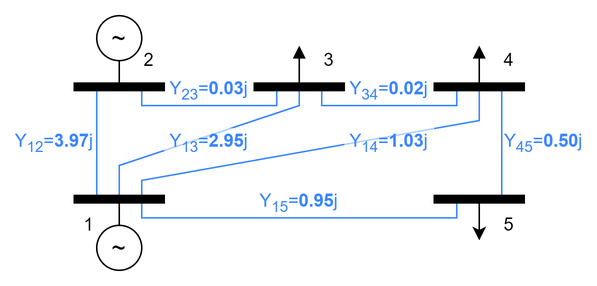
Above: documentation/figures/5-bus_test_system.png in DominikVereno/quantum-classical-co-simulation-proof-of-concept (draw.io), before the change. Source tidied: cells renumbered, new cells last; positions are measured from the earlier drawing's top-left corner, leaving out a move shared by most shapes.
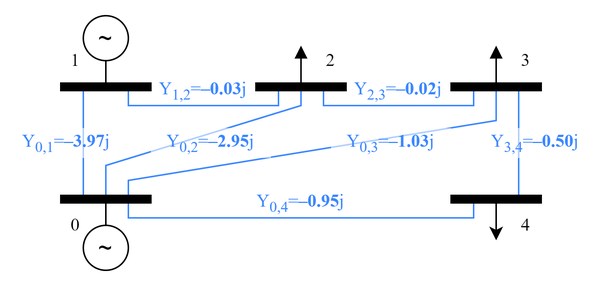
After the commit.

Change to the diagram source:
```diff
@@ -6,7 +6,7 @@
       <mxGeometry relative="1" as="geometry">
         <Array as="points">
           <mxPoint x="70" y="60" />
-          <mxPoint x="160" y="60" />
+          <mxPoint x="170" y="60" />
         </Array>
       </mxGeometry>
     </mxCell>
@@ -18,7 +18,7 @@
     <mxCell id="4" style="rounded=0;jettySize=auto;html=1;exitX=0.5;exitY=1;exitDx=0;exitDy=0;entryX=0.5;entryY=0;entryDx=0;entryDy=0;startArrow=none;startFill=0;endArrow=none;endFill=0;strokeColor=#3A86FF;" parent="1" edge="1" source="17" target="18">
       <mxGeometry relative="1" as="geometry">
         <Array as="points">
-          <mxPoint x="175" y="60" />
+          <mxPoint x="185" y="60" />
           <mxPoint x="55" y="100" />
         </Array>
       </mxGeometry>
@@ -35,32 +35,32 @@
     </mxCell>
     <mxCell id="7" style="edgeStyle=none;rounded=0;orthogonalLoop=1;jettySize=auto;html=1;exitX=0.5;exitY=0;exitDx=0;exitDy=0;startArrow=none;startFill=0;endArrow=block;endFill=1;" parent="1" edge="1">
       <mxGeometry relative="1" as="geometry">
-        <mxPoint x="175" y="45" as="sourcePoint" />
-        <mxPoint x="175" y="20" as="targetPoint" />
+        <mxPoint x="185" y="45" as="sourcePoint" />
+        <mxPoint x="185" y="20" as="targetPoint" />
       </mxGeometry>
     </mxCell>
     <mxCell id="8" style="edgeStyle=none;rounded=0;jettySize=auto;html=1;exitX=0.75;exitY=1;exitDx=0;exitDy=0;entryX=0.25;entryY=1;entryDx=0;entryDy=0;startArrow=none;startFill=0;endArrow=none;endFill=0;strokeColor=#3A86FF;" parent="1" edge="1" target="19">
       <mxGeometry relative="1" as="geometry">
-        <mxPoint x="190" y="50" as="sourcePoint" />
+        <mxPoint x="200" y="50" as="sourcePoint" />
         <Array as="points">
-          <mxPoint x="190" y="60" />
-          <mxPoint x="280" y="60" />
+          <mxPoint x="200" y="60" />
+          <mxPoint x="300" y="60" />
         </Array>
       </mxGeometry>
     </mxCell>
     <mxCell id="9" style="rounded=0;jettySize=auto;html=1;exitX=0.5;exitY=1;exitDx=0;exitDy=0;entryX=0.75;entryY=0;entryDx=0;entryDy=0;startArrow=none;startFill=0;endArrow=none;endFill=0;strokeColor=#3A86FF;" parent="1" edge="1" source="19" target="18">
       <mxGeometry relative="1" as="geometry">
         <Array as="points">
-          <mxPoint x="295" y="70" />
+          <mxPoint x="315" y="70" />
           <mxPoint x="70" y="110" />
         </Array>
       </mxGeometry>
     </mxCell>
     <mxCell id="10" style="edgeStyle=none;rounded=0;jettySize=auto;html=1;exitX=0.25;exitY=1;exitDx=0;exitDy=0;entryX=0.75;entryY=0;entryDx=0;entryDy=0;startArrow=none;startFill=0;endArrow=none;endFill=0;strokeColor=#3A86FF;" parent="1" edge="1" target="20">
       <mxGeometry relative="1" as="geometry">
-        <mxPoint x="310" y="50" as="sourcePoint" />
+        <mxPoint x="330" y="50" as="sourcePoint" />
         <Array as="points">
-          <mxPoint x="310" y="60" />
+          <mxPoint x="330" y="60" />
         </Array>
       </mxGeometry>
     </mxCell>
@@ -68,20 +68,20 @@
       <mxGeometry relative="1" as="geometry">
         <Array as="points">
           <mxPoint x="70" y="135" />
-          <mxPoint x="280" y="135" />
+          <mxPoint x="300" y="135" />
         </Array>
       </mxGeometry>
     </mxCell>
     <mxCell id="12" style="edgeStyle=none;rounded=0;orthogonalLoop=1;jettySize=auto;html=1;exitX=0.5;exitY=0;exitDx=0;exitDy=0;startArrow=none;startFill=0;endArrow=block;endFill=1;" parent="1" edge="1">
       <mxGeometry relative="1" as="geometry">
-        <mxPoint x="295" y="45" as="sourcePoint" />
-        <mxPoint x="295" y="20" as="targetPoint" />
+        <mxPoint x="315" y="45" as="sourcePoint" />
+        <mxPoint x="315" y="20" as="targetPoint" />
       </mxGeometry>
     </mxCell>
     <mxCell id="13" style="edgeStyle=none;rounded=0;orthogonalLoop=1;jettySize=auto;html=1;exitX=0.5;exitY=0;exitDx=0;exitDy=0;startArrow=classic;startFill=1;endArrow=none;endFill=0;" parent="1" edge="1">
       <mxGeometry relative="1" as="geometry">
-        <mxPoint x="295" y="150" as="sourcePoint" />
-        <mxPoint x="295" y="125" as="targetPoint" />
+        <mxPoint x="315" y="150" as="sourcePoint" />
+        <mxPoint x="315" y="125" as="targetPoint" />
       </mxGeometry>
     </mxCell>
     <mxCell id="14" value="&lt;font style=&quot;font-size: 16px;&quot;&gt;~&lt;/font&gt;" style="ellipse;whiteSpace=wrap;html=1;" parent="1" vertex="1">
@@ -97,52 +97,52 @@
       <mxGeometry x="25" y="45" width="60" height="5" as="geometry" />
     </mxCell>
     <mxCell id="17" style="rounded=0;whiteSpace=wrap;html=1;fillColor=#000000;" parent="1" vertex="1">
-      <mxGeometry x="145" y="45" width="60" height="5" as="geometry" />
+      <mxGeometry x="155" y="45" width="60" height="5" as="geometry" />
     </mxCell>
     <mxCell id="18" style="rounded=0;whiteSpace=wrap;html=1;fillColor=#000000;" parent="1" vertex="1">
       <mxGeometry x="25" y="120" width="60" height="5" as="geometry" />
     </mxCell>
     <mxCell id="19" style="rounded=0;whiteSpace=wrap;html=1;fillColor=#000000;" parent="1" vertex="1">
-      <mxGeometry x="265" y="45" width="60" height="5" as="geometry" />
+      <mxGeometry x="285" y="45" width="60" height="5" as="geometry" />
     </mxCell>
     <mxCell id="20" style="rounded=0;whiteSpace=wrap;html=1;fillColor=#000000;" parent="1" vertex="1">
-      <mxGeometry x="265" y="120" width="60" height="5" as="geometry" />
+      <mxGeometry x="285" y="120" width="60" height="5" as="geometry" />
     </mxCell>
-    <mxCell id="21" value="2" style="text;html=1;strokeColor=none;fillColor=none;align=center;verticalAlign=middle;whiteSpace=wrap;rounded=0;" parent="1" vertex="1">
-      <mxGeometry x="65" y="20" width="20" height="20" as="geometry" />
+    <mxCell id="21" value="1" style="text;html=1;strokeColor=none;fillColor=none;align=center;verticalAlign=middle;whiteSpace=wrap;rounded=0;fontFamily=Times New Roman;" parent="1" vertex="1">
+      <mxGeometry x="25" y="20" width="20" height="20" as="geometry" />
     </mxCell>
-    <mxCell id="22" value="3" style="text;html=1;strokeColor=none;fillColor=none;align=center;verticalAlign=middle;whiteSpace=wrap;rounded=0;" parent="1" vertex="1">
-      <mxGeometry x="185" y="20" width="20" height="20" as="geometry" />
+    <mxCell id="22" value="2" style="text;html=1;strokeColor=none;fillColor=none;align=center;verticalAlign=middle;whiteSpace=wrap;rounded=0;fontFamily=Times New Roman;" parent="1" vertex="1">
+      <mxGeometry x="195" y="20" width="20" height="20" as="geometry" />
     </mxCell>
-    <mxCell id="23" value="4" style="text;html=1;strokeColor=none;fillColor=none;align=center;verticalAlign=middle;whiteSpace=wrap;rounded=0;" parent="1" vertex="1">
-      <mxGeometry x="305" y="20" width="20" height="20" as="geometry" />
+    <mxCell id="23" value="3" style="text;html=1;strokeColor=none;fillColor=none;align=center;verticalAlign=middle;whiteSpace=wrap;rounded=0;fontFamily=Times New Roman;" parent="1" vertex="1">
+      <mxGeometry x="325" y="20" width="20" height="20" as="geometry" />
     </mxCell>
-    <mxCell id="24" value="1" style="text;html=1;strokeColor=none;fillColor=none;align=center;verticalAlign=middle;whiteSpace=wrap;rounded=0;" parent="1" vertex="1">
+    <mxCell id="24" value="0" style="text;html=1;strokeColor=none;fillColor=none;align=center;verticalAlign=middle;whiteSpace=wrap;rounded=0;fontFamily=Times New Roman;" parent="1" vertex="1">
       <mxGeometry x="25" y="130" width="20" height="20" as="geometry" />
     </mxCell>
-    <mxCell id="25" value="5" style="text;html=1;strokeColor=none;fillColor=none;align=center;verticalAlign=middle;whiteSpace=wrap;rounded=0;" parent="1" vertex="1">
-      <mxGeometry x="305" y="130" width="20" height="20" as="geometry" />
+    <mxCell id="25" value="4" style="text;html=1;strokeColor=none;fillColor=none;align=center;verticalAlign=middle;whiteSpace=wrap;rounded=0;fontFamily=Times New Roman;" parent="1" vertex="1">
+      <mxGeometry x="325" y="130" width="20" height="20" as="geometry" />
     </mxCell>
-    <mxCell id="26" value="Y&lt;sub&gt;12&lt;/sub&gt;=&lt;b&gt;3.97&lt;/b&gt;j" style="text;html=1;strokeColor=none;fillColor=none;align=right;verticalAlign=middle;whiteSpace=wrap;rounded=0;fontColor=#3A86FF;" parent="1" vertex="1">
-      <mxGeometry y="75" width="40" height="20" as="geometry" />
+    <mxCell id="26" value="Y&lt;sub&gt;0,1&lt;/sub&gt;=&lt;b style=&quot;border-color: var(--border-color); text-align: center;&quot;&gt;–&lt;/b&gt;&lt;b&gt;3.97&lt;/b&gt;j" style="text;html=1;strokeColor=none;fillColor=default;align=right;verticalAlign=middle;whiteSpace=wrap;rounded=0;fontColor=#3A86FF;fontFamily=Times New Roman;opacity=60;" parent="1" vertex="1">
+      <mxGeometry x="-5" y="75" width="65" height="20" as="geometry" />
     </mxCell>
-    <mxCell id="27" value="Y&lt;sub&gt;45&lt;/sub&gt;=&lt;b&gt;0.50&lt;/b&gt;j" style="text;html=1;strokeColor=none;fillColor=none;align=left;verticalAlign=middle;whiteSpace=wrap;rounded=0;fontColor=#3A86FF;" parent="1" vertex="1">
-      <mxGeometry x="310" y="75" width="40" height="20" as="geometry" />
+    <mxCell id="27" value="Y&lt;sub&gt;3,4&lt;/sub&gt;=&lt;b style=&quot;border-color: var(--border-color); text-align: center;&quot;&gt;–&lt;/b&gt;&lt;b&gt;0.50&lt;/b&gt;j" style="text;html=1;strokeColor=none;fillColor=default;align=left;verticalAlign=middle;whiteSpace=wrap;rounded=0;fontColor=#3A86FF;fontFamily=Times New Roman;opacity=60;" parent="1" vertex="1">
+      <mxGeometry x="310" y="75" width="65" height="20" as="geometry" />
     </mxCell>
-    <mxCell id="28" value="Y&lt;sub&gt;23&lt;/sub&gt;=&lt;b&gt;0.03&lt;/b&gt;j" style="text;html=1;strokeColor=none;fillColor=none;align=center;verticalAlign=middle;whiteSpace=wrap;rounded=0;fontColor=#3A86FF;" parent="1" vertex="1">
-      <mxGeometry x="85" y="40" width="60" height="20" as="geometry" />
+    <mxCell id="28" value="Y&lt;sub&gt;1,2&lt;/sub&gt;=&lt;b style=&quot;border-color: var(--border-color);&quot;&gt;–&lt;/b&gt;&lt;b&gt;0.03&lt;/b&gt;j" style="text;html=1;strokeColor=none;fillColor=none;align=center;verticalAlign=middle;whiteSpace=wrap;rounded=0;fontColor=#3A86FF;fontFamily=Times New Roman;" parent="1" vertex="1">
+      <mxGeometry x="85" y="40" width="70" height="20" as="geometry" />
     </mxCell>
-    <mxCell id="29" value="Y&lt;sub&gt;34&lt;/sub&gt;=&lt;b&gt;0.02&lt;/b&gt;j" style="text;html=1;strokeColor=none;fillColor=none;align=center;verticalAlign=middle;whiteSpace=wrap;rounded=0;fontColor=#3A86FF;" parent="1" vertex="1">
-      <mxGeometry x="215" y="40" width="40" height="20" as="geometry" />
+    <mxCell id="29" value="Y&lt;sub&gt;2,3&lt;/sub&gt;=&lt;b&gt;–0.02&lt;/b&gt;j" style="text;html=1;strokeColor=none;fillColor=none;align=center;verticalAlign=middle;whiteSpace=wrap;rounded=0;fontColor=#3A86FF;fontFamily=Times New Roman;" parent="1" vertex="1">
+      <mxGeometry x="215" y="40" width="70" height="20" as="geometry" />
     </mxCell>
-    <mxCell id="30" value="Y&lt;sub&gt;13&lt;/sub&gt;=&lt;b&gt;2.95&lt;/b&gt;j" style="text;html=1;strokeColor=none;fillColor=default;align=center;verticalAlign=middle;whiteSpace=wrap;rounded=0;fontColor=#3A86FF;opacity=60;" parent="1" vertex="1">
-      <mxGeometry x="85" y="75" width="60" height="20" as="geometry" />
+    <mxCell id="30" value="Y&lt;sub&gt;0,2&lt;/sub&gt;=&lt;b style=&quot;border-color: var(--border-color);&quot;&gt;–&lt;/b&gt;&lt;b&gt;2.95&lt;/b&gt;j" style="text;html=1;strokeColor=none;fillColor=default;align=center;verticalAlign=middle;whiteSpace=wrap;rounded=0;fontColor=#3A86FF;opacity=60;fontFamily=Times New Roman;" parent="1" vertex="1">
+      <mxGeometry x="85" y="75" width="80" height="20" as="geometry" />
     </mxCell>
-    <mxCell id="31" value="Y&lt;sub&gt;14&lt;/sub&gt;=&lt;b&gt;1.03&lt;/b&gt;j" style="text;html=1;strokeColor=none;fillColor=default;align=center;verticalAlign=middle;whiteSpace=wrap;rounded=0;fontColor=#3A86FF;opacity=60;" parent="1" vertex="1">
-      <mxGeometry x="205" y="75" width="60" height="20" as="geometry" />
+    <mxCell id="31" value="Y&lt;sub&gt;0,3&lt;/sub&gt;=&lt;b style=&quot;border-color: var(--border-color);&quot;&gt;–&lt;/b&gt;&lt;b&gt;1.03&lt;/b&gt;j" style="text;html=1;strokeColor=none;fillColor=default;align=center;verticalAlign=middle;whiteSpace=wrap;rounded=0;fontColor=#3A86FF;opacity=60;fontFamily=Times New Roman;" parent="1" vertex="1">
+      <mxGeometry x="205" y="75" width="80" height="20" as="geometry" />
     </mxCell>
-    <mxCell id="32" value="Y&lt;sub&gt;15&lt;/sub&gt;=&lt;b&gt;0.95&lt;/b&gt;j" style="text;html=1;strokeColor=none;fillColor=none;align=center;verticalAlign=middle;whiteSpace=wrap;rounded=0;fontColor=#3A86FF;" parent="1" vertex="1">
-      <mxGeometry x="155" y="115" width="40" height="20" as="geometry" />
+    <mxCell id="32" value="Y&lt;sub&gt;0,4&lt;/sub&gt;=&lt;b style=&quot;border-color: var(--border-color);&quot;&gt;–&lt;/b&gt;&lt;b&gt;0.95&lt;/b&gt;j" style="text;html=1;strokeColor=none;fillColor=none;align=center;verticalAlign=middle;whiteSpace=wrap;rounded=0;fontColor=#3A86FF;fontFamily=Times New Roman;" parent="1" vertex="1">
+      <mxGeometry x="145" y="115" width="80" height="20" as="geometry" />
     </mxCell>
   </root>
 </mxGraphModel>
```
